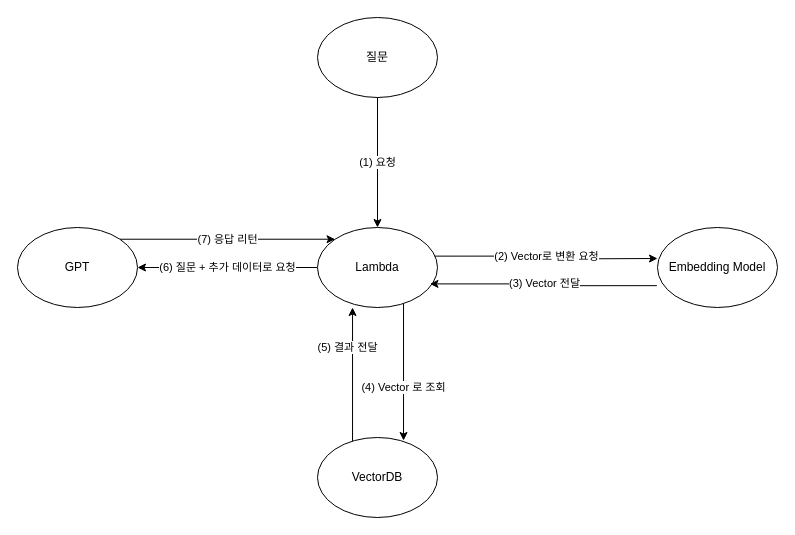
Before: ai-chatapi.drawio in minukkim101/ai-sample, a draw.io diagram. Source tidied: cells renumbered, new cells numbered last; positions are measured from the earlier drawing's top-left corner, leaving out a move shared by most shapes. Both pictures are drawn from the tidied source at 100%, with x=0, y=0 at pixel (17, 17).
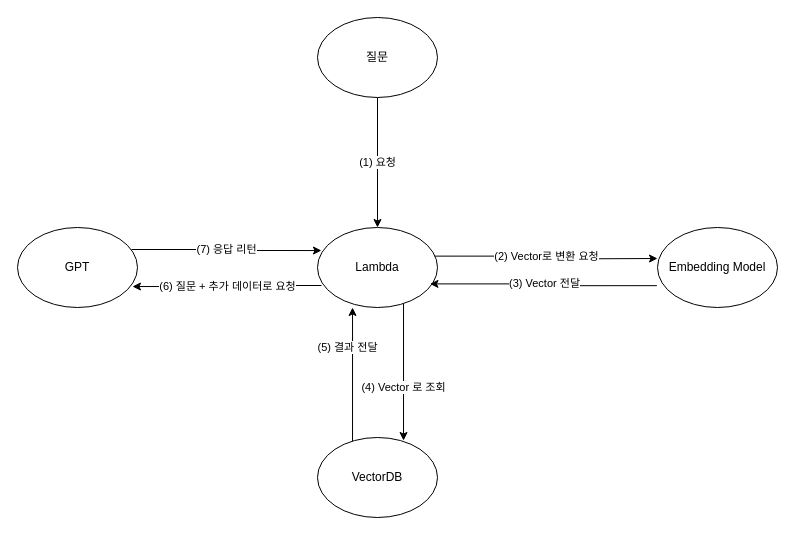
After the change.

What changed in the source:
```diff
@@
 <mxGraphModel>
   <root>
     <mxCell id="0" />
     <mxCell id="1" parent="0" />
     <mxCell id="2" value="(5) 결과 전달" style="edgeStyle=orthogonalEdgeStyle;rounded=0;jettySize=auto;html=1;entryX=0.292;entryY=1;entryDx=0;entryDy=0;exitX=0.292;exitY=0.063;exitDx=0;exitDy=0;exitPerimeter=0;entryPerimeter=0;" parent="1" edge="1" source="3" target="10">
       <mxGeometry x="0.41" y="5" relative="1" as="geometry" />
     </mxCell>
     <mxCell id="3" value="VectorDB" style="ellipse;whiteSpace=wrap;html=1;" parent="1" vertex="1">
       <mxGeometry x="300" y="420" width="120" height="80" as="geometry" />
     </mxCell>
     <mxCell id="4" value="Embedding Model" style="ellipse;whiteSpace=wrap;html=1;" parent="1" vertex="1">
       <mxGeometry x="640" y="210" width="120" height="80" as="geometry" />
     </mxCell>
     <mxCell id="5" value="질문" style="ellipse;whiteSpace=wrap;html=1;" parent="1" vertex="1">
       <mxGeometry x="300" width="120" height="80" as="geometry" />
     </mxCell>
     <mxCell id="6" value="(1) 요청" style="edgeStyle=orthogonalEdgeStyle;rounded=0;jettySize=auto;html=1;startArrow=classic;startFill=1;endArrow=none;endFill=0;" parent="1" edge="1" source="10" target="5">
       <mxGeometry relative="1" as="geometry" />
     </mxCell>
     <mxCell id="7" value="(2) Vector로 변환 요청" style="edgeStyle=orthogonalEdgeStyle;rounded=0;jettySize=auto;html=1;exitX=0.958;exitY=0.358;exitDx=0;exitDy=0;exitPerimeter=0;" parent="1" edge="1" source="10">
       <mxGeometry relative="1" as="geometry">
         <mxPoint x="640" y="241" as="targetPoint" />
       </mxGeometry>
     </mxCell>
     <mxCell id="8" value="(4) Vector 로 조회" style="edgeStyle=orthogonalEdgeStyle;rounded=0;jettySize=auto;html=1;entryX=0.717;entryY=0.038;entryDx=0;entryDy=0;exitX=0.717;exitY=0.925;exitDx=0;exitDy=0;exitPerimeter=0;entryPerimeter=0;" parent="1" edge="1" source="10" target="3">
       <mxGeometry x="0.24" relative="1" as="geometry" />
     </mxCell>
-    <mxCell id="9" value="(6) 질문 + 추가 데이터로 요청" style="edgeStyle=orthogonalEdgeStyle;rounded=0;jettySize=auto;html=1;entryX=1;entryY=0.5;entryDx=0;entryDy=0;" parent="1" edge="1" source="10" target="13">
+    <mxCell id="9" value="(6) 질문 + 추가 데이터로 요청" style="edgeStyle=orthogonalEdgeStyle;rounded=0;jettySize=auto;html=1;entryX=0.958;entryY=0.738;entryDx=0;entryDy=0;exitX=0.033;exitY=0.725;exitDx=0;exitDy=0;exitPerimeter=0;entryPerimeter=0;" parent="1" edge="1" source="10" target="13">
       <mxGeometry relative="1" as="geometry" />
     </mxCell>
     <mxCell id="10" value="Lambda" style="ellipse;whiteSpace=wrap;html=1;" parent="1" vertex="1">
       <mxGeometry x="300" y="210" width="120" height="80" as="geometry" />
     </mxCell>
     <mxCell id="11" value="(3) Vector 전달" style="edgeStyle=orthogonalEdgeStyle;rounded=0;jettySize=auto;html=1;entryX=0.937;entryY=0.705;entryDx=0;entryDy=0;entryPerimeter=0;exitX=-0.005;exitY=0.727;exitDx=0;exitDy=0;exitPerimeter=0;" parent="1" edge="1" source="4" target="10">
       <mxGeometry relative="1" as="geometry" />
     </mxCell>
-    <mxCell id="12" value="(7) 응답 리턴" style="edgeStyle=orthogonalEdgeStyle;rounded=0;jettySize=auto;html=1;exitX=1;exitY=0;exitDx=0;exitDy=0;entryX=0;entryY=0;entryDx=0;entryDy=0;" parent="1" edge="1" source="13" target="10">
+    <mxCell id="12" value="(7) 응답 리턴" style="edgeStyle=orthogonalEdgeStyle;rounded=0;jettySize=auto;html=1;exitX=0.95;exitY=0.275;exitDx=0;exitDy=0;entryX=0.033;entryY=0.288;entryDx=0;entryDy=0;exitPerimeter=0;entryPerimeter=0;" parent="1" edge="1" source="13" target="10">
       <mxGeometry relative="1" as="geometry" />
     </mxCell>
     <mxCell id="13" value="GPT" style="ellipse;whiteSpace=wrap;html=1;" parent="1" vertex="1">
       <mxGeometry y="210" width="120" height="80" as="geometry" />
     </mxCell>
   </root>
 </mxGraphModel>
```
